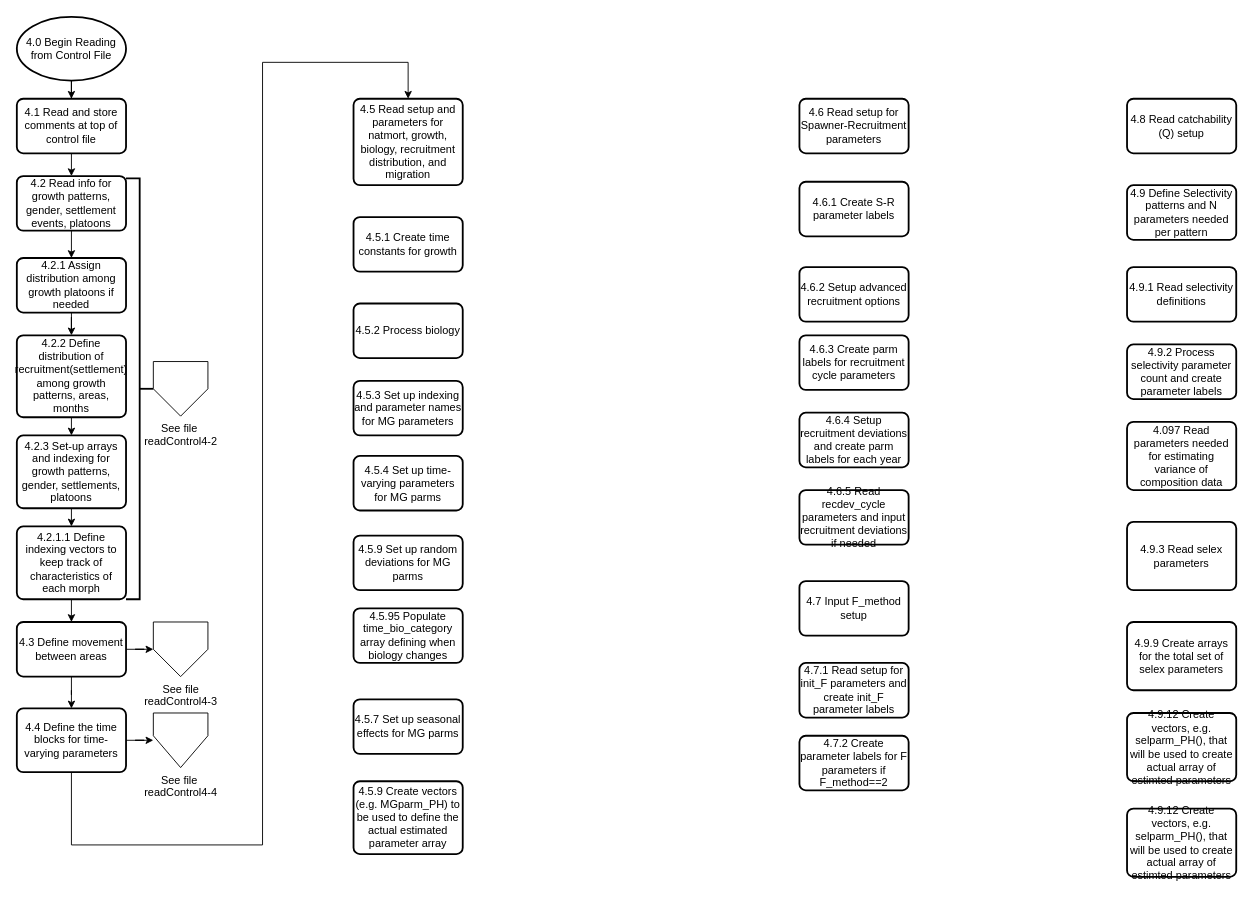
Above: readControl.drawio in nmfs-ost/ss3-flowcharts (draw.io), before the change. Source tidied: cells renumbered, new cells numbered last; positions are measured from the earlier drawing's top-left corner, leaving out a move shared by most shapes. Both pictures are drawn from the tidied source at 91%, with x=0, y=0 at pixel (16, 16).
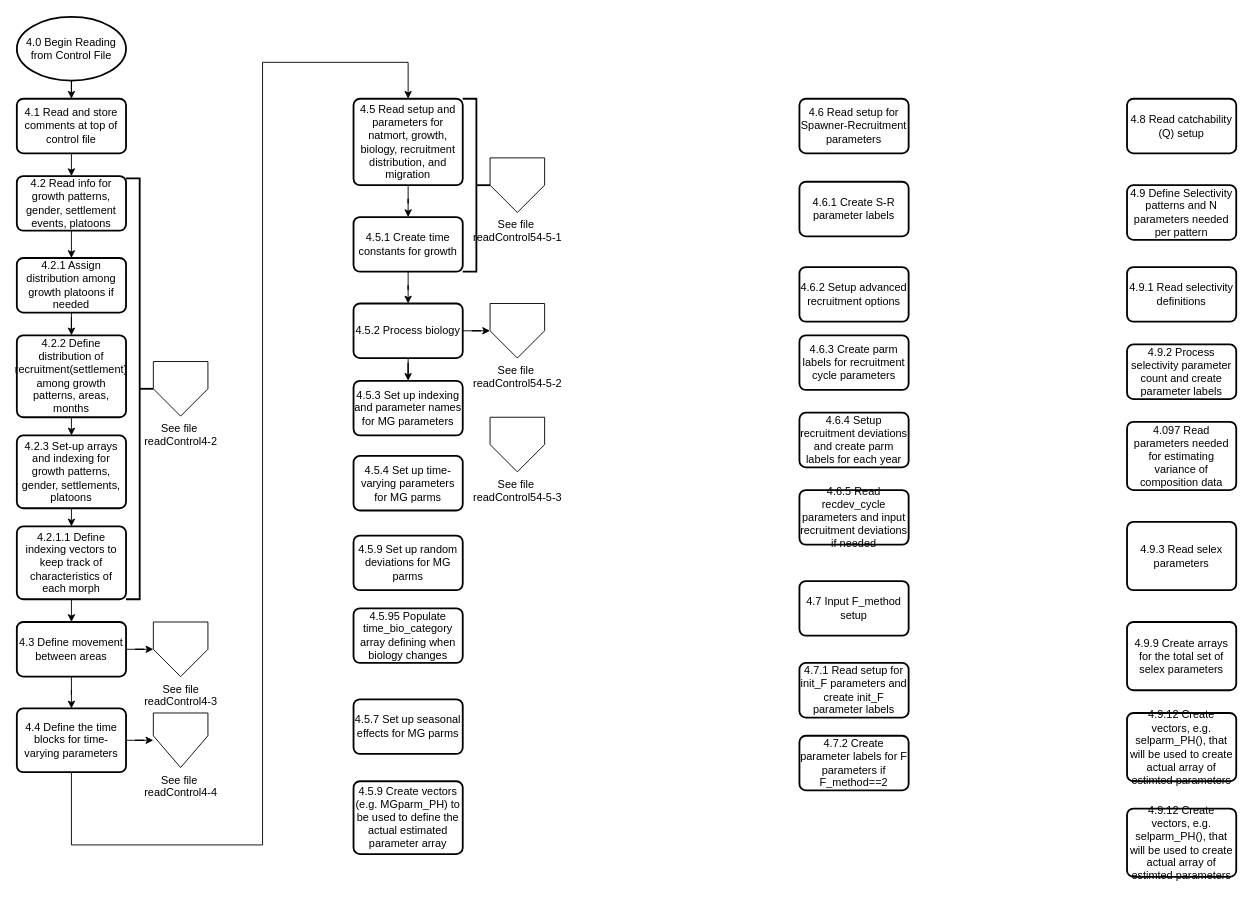
Above is the later version.

Commit message (it also covers changes not shown here):
readControl 4.5.2 done, 4.5.3 started

The change refers to these unchanged cells:
```xml
<mxCell id="23" value="4.5 Read setup and parameters for natmort, growth, biology, recruitment distribution, and migration" style="rounded=1;whiteSpace=wrap;html=1;absoluteArcSize=1;arcSize=14;strokeWidth=2;" parent="1" vertex="1">
  <mxGeometry x="370" y="90" width="120" height="95" as="geometry" />
</mxCell>
<mxCell id="24" value="4.5.1 Create time constants for growth" style="rounded=1;whiteSpace=wrap;html=1;absoluteArcSize=1;arcSize=14;strokeWidth=2;" parent="1" vertex="1">
  <mxGeometry x="370" y="220" width="120" height="60" as="geometry" />
</mxCell>
<mxCell id="25" value="4.5.2 Process biology" style="rounded=1;whiteSpace=wrap;html=1;absoluteArcSize=1;arcSize=14;strokeWidth=2;" parent="1" vertex="1">
  <mxGeometry x="370" y="315" width="120" height="60" as="geometry" />
</mxCell>
<mxCell id="26" value="4.5.3 Set up indexing and parameter names for MG parameters" style="rounded=1;whiteSpace=wrap;html=1;absoluteArcSize=1;arcSize=14;strokeWidth=2;" parent="1" vertex="1">
  <mxGeometry x="370" y="400" width="120" height="60" as="geometry" />
</mxCell>
```

What changed in the source:
```diff
@@
+    <mxCell id="53" style="edgeStyle=orthogonalEdgeStyle;rounded=0;jettySize=auto;html=1;entryX=0.5;entryY=0;entryDx=0;entryDy=0;" parent="1" edge="1" source="23" target="24">
+      <mxGeometry relative="1" as="geometry" />
+    </mxCell>
@@
+    <mxCell id="54" style="edgeStyle=orthogonalEdgeStyle;rounded=0;jettySize=auto;html=1;" parent="1" edge="1" source="24" target="25">
+      <mxGeometry relative="1" as="geometry" />
+    </mxCell>
@@
+    <mxCell id="55" style="edgeStyle=orthogonalEdgeStyle;rounded=0;jettySize=auto;html=1;entryX=0;entryY=0.5;entryDx=0;entryDy=0;" parent="1" edge="1" source="25" target="59">
+      <mxGeometry relative="1" as="geometry" />
+    </mxCell>
+    <mxCell id="56" style="edgeStyle=orthogonalEdgeStyle;rounded=0;jettySize=auto;html=1;" parent="1" edge="1" source="25" target="26">
+      <mxGeometry relative="1" as="geometry" />
+    </mxCell>
@@
+    <mxCell id="57" style="strokeWidth=2;html=1;shape=mxgraph.flowchart.annotation_2;align=left;labelPosition=right;direction=west;" parent="1" vertex="1">
+      <mxGeometry x="490" y="90" width="30" height="190" as="geometry" />
+    </mxCell>
+    <mxCell id="58" value="See file&amp;nbsp;&lt;br&gt;readControl54-5-1" style="verticalLabelPosition=bottom;verticalAlign=top;html=1;shape=offPageConnector;rounded=0;size=0.5;" parent="1" vertex="1">
+      <mxGeometry x="520" y="155" width="60" height="60" as="geometry" />
+    </mxCell>
+    <mxCell id="59" value="See file&amp;nbsp;&lt;br&gt;readControl54-5-2" style="verticalLabelPosition=bottom;verticalAlign=top;html=1;shape=offPageConnector;rounded=0;size=0.5;" parent="1" vertex="1">
+      <mxGeometry x="520" y="315" width="60" height="60" as="geometry" />
+    </mxCell>
+    <mxCell id="60" value="See file&amp;nbsp;&lt;br&gt;readControl54-5-3" style="verticalLabelPosition=bottom;verticalAlign=top;html=1;shape=offPageConnector;rounded=0;size=0.5;" parent="1" vertex="1">
+      <mxGeometry x="520" y="440" width="60" height="60" as="geometry" />
+    </mxCell>
```
